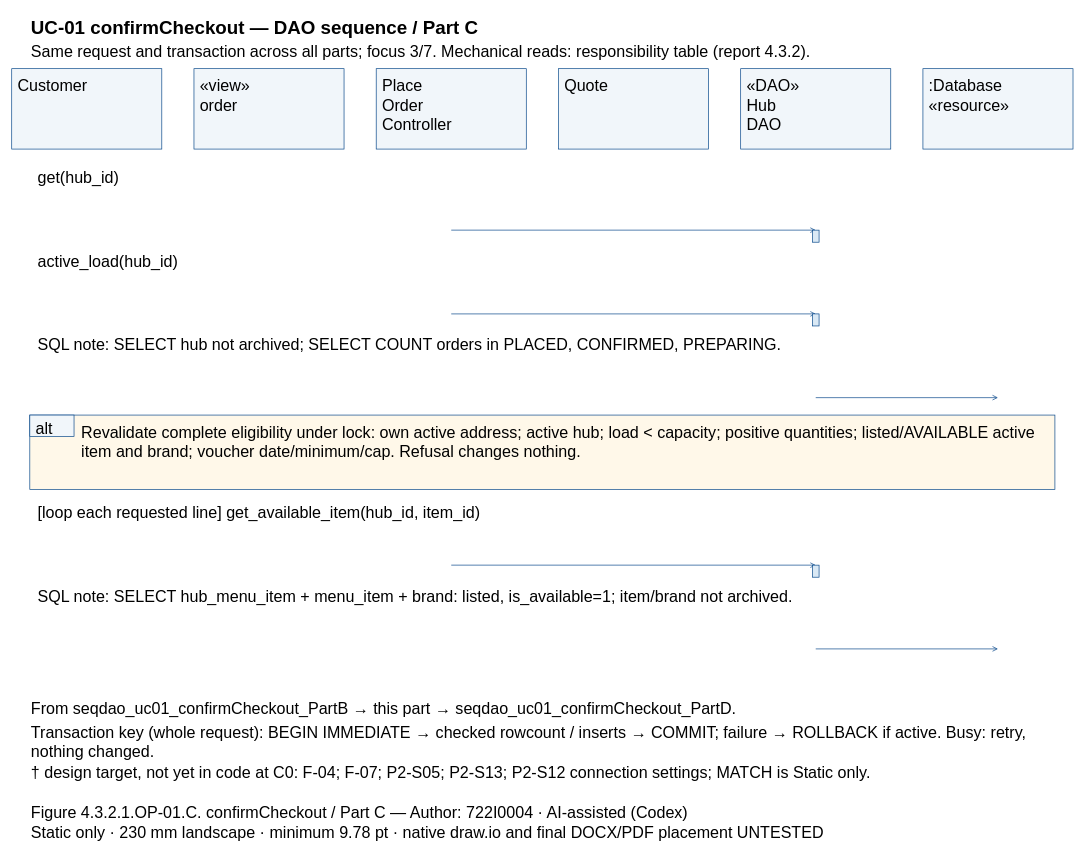
Dat071104/SaigonBite keeps this draw.io diagram as models/UC-01/seqdao_uc01_confirmCheckout_PartC.drawio. Above is the earlier version. Source tidied: cells renumbered, new cells numbered last; positions are measured from the earlier drawing's top-left corner, leaving out a move shared by most shapes. Both pictures are drawn from the tidied source at 67%, with x=0, y=0 at pixel (11, 11).
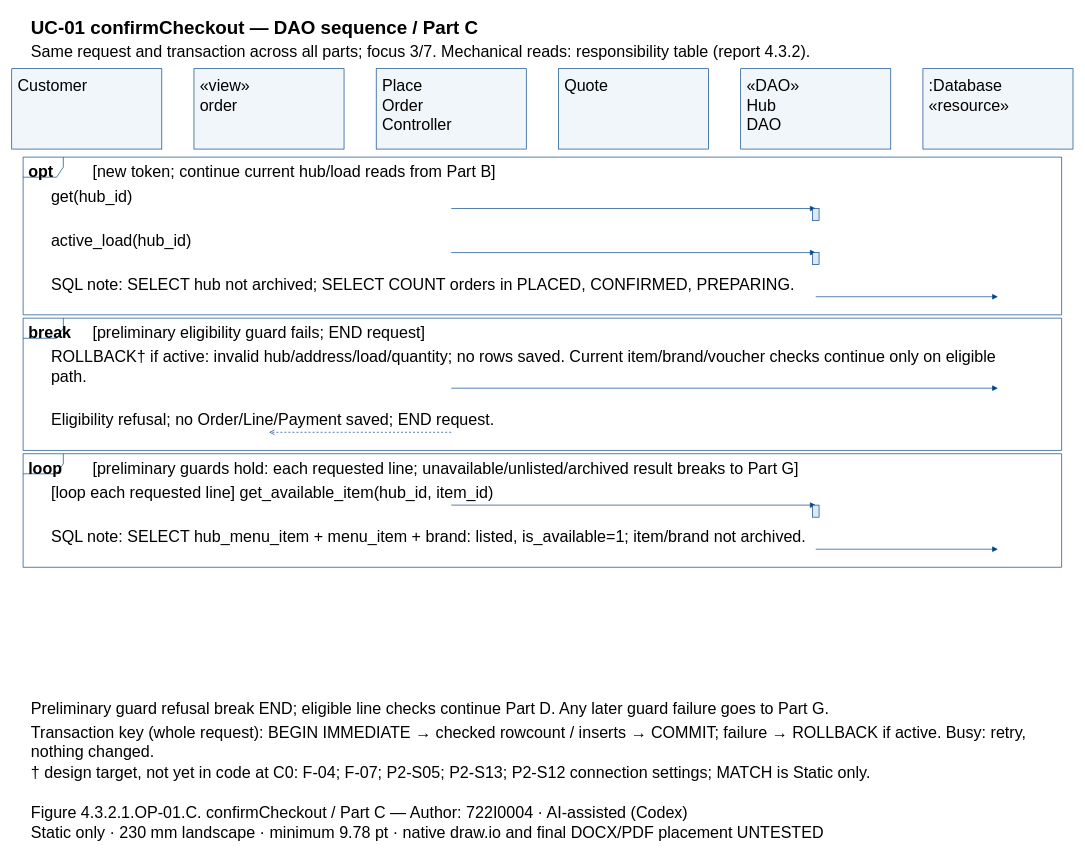
The same diagram, later.

Diff of the diagram source:
```diff
@@
+    <mxCell id="48" style="shape=umlFrame;fillColor=none;strokeColor=#004387;" parent="1" vertex="1">
+      <mxGeometry x="17" y="217" width="1550" height="235.4" as="geometry" />
+    </mxCell>
+    <mxCell id="49" style="shape=umlFrame;fillColor=none;strokeColor=#004387;" parent="1" vertex="1">
+      <mxGeometry x="17" y="457.4" width="1550" height="197.4" as="geometry" />
+    </mxCell>
+    <mxCell id="50" style="shape=umlFrame;fillColor=none;strokeColor=#004387;" parent="1" vertex="1">
+      <mxGeometry x="17" y="659.7" width="1550" height="169.5" as="geometry" />
+    </mxCell>
@@
-    <mxCell id="13" value="«DAO»&#10;Hub&#10;DAO" style="text;html=0;whiteSpace=wrap;align=left;verticalAlign=top;strokeColor=none;fillColor=none;fontFamily=Arial;fontSize=24;fontStyle=0;" parent="1" vertex="1">
-      <mxGeometry x="1095" y="90" width="210" height="83.5" as="geometry" />
-    </mxCell>
+    <mxCell id="16" value="«DAO»&#10;Hub&#10;DAO" style="text;html=0;whiteSpace=wrap;align=left;verticalAlign=top;strokeColor=none;fillColor=none;fontFamily=Arial;fontSize=24;fontStyle=0;" parent="1" vertex="1">
+      <mxGeometry x="1095" y="90" width="210" height="83.5" as="geometry" />
+    </mxCell>
@@
-    <mxCell id="16" value="get(hub_id)" style="text;html=0;whiteSpace=wrap;align=left;verticalAlign=top;strokeColor=none;fillColor=none;fontFamily=Arial;fontSize=24;fontStyle=0;" parent="1" vertex="1">
-      <mxGeometry x="37" y="227" width="1510" height="27.8" as="geometry" />
-    </mxCell>
+    <mxCell id="51" value="opt" style="text;html=0;whiteSpace=wrap;align=left;verticalAlign=top;strokeColor=none;fillColor=none;fontFamily=Arial;fontSize=24;fontStyle=1;" parent="1" vertex="1">
+      <mxGeometry x="23" y="218" width="84" height="27.8" as="geometry" />
+    </mxCell>
+    <mxCell id="52" value="[new token; continue current hub/load reads from Part B]" style="text;html=0;whiteSpace=wrap;align=left;verticalAlign=top;strokeColor=none;fillColor=none;fontFamily=Arial;fontSize=24;fontStyle=0;" parent="1" vertex="1">
+      <mxGeometry x="119" y="218" width="1438" height="27.8" as="geometry" />
+    </mxCell>
+    <mxCell id="53" value="break" style="text;html=0;whiteSpace=wrap;align=left;verticalAlign=top;strokeColor=none;fillColor=none;fontFamily=Arial;fontSize=24;fontStyle=1;" parent="1" vertex="1">
+      <mxGeometry x="23" y="458.4" width="84" height="27.8" as="geometry" />
+    </mxCell>
+    <mxCell id="54" value="[preliminary eligibility guard fails; END request]" style="text;html=0;whiteSpace=wrap;align=left;verticalAlign=top;strokeColor=none;fillColor=none;fontFamily=Arial;fontSize=24;fontStyle=0;" parent="1" vertex="1">
+      <mxGeometry x="119" y="458.4" width="1438" height="27.8" as="geometry" />
+    </mxCell>
+    <mxCell id="55" value="loop" style="text;html=0;whiteSpace=wrap;align=left;verticalAlign=top;strokeColor=none;fillColor=none;fontFamily=Arial;fontSize=24;fontStyle=1;" parent="1" vertex="1">
+      <mxGeometry x="23" y="660.7" width="84" height="27.8" as="geometry" />
+    </mxCell>
+    <mxCell id="56" value="[preliminary guards hold: each requested line; unavailable/unlisted/archived result breaks to Part G]" style="text;html=0;whiteSpace=wrap;align=left;verticalAlign=top;strokeColor=none;fillColor=none;fontFamily=Arial;fontSize=24;fontStyle=0;" parent="1" vertex="1">
+      <mxGeometry x="119" y="660.7" width="1438" height="27.8" as="geometry" />
+    </mxCell>
+    <mxCell id="57" value="get(hub_id)" style="text;html=0;whiteSpace=wrap;align=left;verticalAlign=top;strokeColor=none;fillColor=none;fontFamily=Arial;fontSize=24;fontStyle=0;" parent="1" vertex="1">
+      <mxGeometry x="57" y="254.8" width="1470" height="27.8" as="geometry" />
+    </mxCell>
     <mxCell id="17" style="opacity=0;" parent="1" vertex="1">
-      <mxGeometry x="656" y="326" as="geometry" />
+      <mxGeometry x="656" y="293.7" as="geometry" />
     </mxCell>
     <mxCell id="18" style="opacity=0;" parent="1" vertex="1">
-      <mxGeometry x="1200" y="326" as="geometry" />
+      <mxGeometry x="1200" y="293.7" as="geometry" />
     </mxCell>
-    <mxCell id="19" style="edgeStyle=none;endArrow=open;strokeColor=#004387;exitX=0.5;entryX=0.5;exitPerimeter=0;entryPerimeter=0;" parent="1" edge="1" source="17" target="18">
+    <mxCell id="19" style="edgeStyle=none;endArrow=block;endFill=1;strokeColor=#004387;exitX=0.5;entryX=0.5;exitPerimeter=0;entryPerimeter=0;" parent="1" edge="1" source="17" target="18">
       <mxGeometry relative="1" as="geometry" />
     </mxCell>
-    <mxCell id="20" style="fillColor=#DAE9F5;strokeColor=#004387;" parent="1" vertex="1">
-      <mxGeometry x="1195" y="326" width="10" height="18" as="geometry" />
-    </mxCell>
-    <mxCell id="21" value="active_load(hub_id)" style="text;html=0;whiteSpace=wrap;align=left;verticalAlign=top;strokeColor=none;fillColor=none;fontFamily=Arial;fontSize=24;fontStyle=0;" parent="1" vertex="1">
-      <mxGeometry x="37" y="352" width="1510" height="27.8" as="geometry" />
-    </mxCell>
+    <mxCell id="58" style="fillColor=#DAE9F5;strokeColor=#004387;" parent="1" vertex="1">
+      <mxGeometry x="1195" y="293.7" width="10" height="18" as="geometry" />
+    </mxCell>
+    <mxCell id="34" value="active_load(hub_id)" style="text;html=0;whiteSpace=wrap;align=left;verticalAlign=top;strokeColor=none;fillColor=none;fontFamily=Arial;fontSize=24;fontStyle=0;" parent="1" vertex="1">
+      <mxGeometry x="57" y="320.7" width="1470" height="27.8" as="geometry" />
+    </mxCell>
     <mxCell id="22" style="opacity=0;" parent="1" vertex="1">
-      <mxGeometry x="656" y="451" as="geometry" />
+      <mxGeometry x="656" y="359.5" as="geometry" />
     </mxCell>
     <mxCell id="23" style="opacity=0;" parent="1" vertex="1">
-      <mxGeometry x="1200" y="451" as="geometry" />
+      <mxGeometry x="1200" y="359.5" as="geometry" />
     </mxCell>
-    <mxCell id="24" style="edgeStyle=none;endArrow=open;strokeColor=#004387;exitX=0.5;entryX=0.5;exitPerimeter=0;entryPerimeter=0;" parent="1" edge="1" source="22" target="23">
+    <mxCell id="24" style="edgeStyle=none;endArrow=block;endFill=1;strokeColor=#004387;exitX=0.5;entryX=0.5;exitPerimeter=0;entryPerimeter=0;" parent="1" edge="1" source="22" target="23">
       <mxGeometry relative="1" as="geometry" />
     </mxCell>
-    <mxCell id="25" style="fillColor=#DAE9F5;strokeColor=#004387;" parent="1" vertex="1">
-      <mxGeometry x="1195" y="451" width="10" height="18" as="geometry" />
-    </mxCell>
-    <mxCell id="26" value="SQL note: SELECT hub not archived; SELECT COUNT orders in PLACED, CONFIRMED, PREPARING." style="text;html=0;whiteSpace=wrap;align=left;verticalAlign=top;strokeColor=none;fillColor=none;fontFamily=Arial;fontSize=24;fontStyle=0;" parent="1" vertex="1">
-      <mxGeometry x="37" y="477" width="1510" height="27.8" as="geometry" />
-    </mxCell>
+    <mxCell id="38" style="fillColor=#DAE9F5;strokeColor=#004387;" parent="1" vertex="1">
+      <mxGeometry x="1195" y="359.5" width="10" height="18" as="geometry" />
+    </mxCell>
+    <mxCell id="39" value="SQL note: SELECT hub not archived; SELECT COUNT orders in PLACED, CONFIRMED, PREPARING." style="text;html=0;whiteSpace=wrap;align=left;verticalAlign=top;strokeColor=none;fillColor=none;fontFamily=Arial;fontSize=24;fontStyle=0;" parent="1" vertex="1">
+      <mxGeometry x="57" y="386.5" width="1470" height="27.8" as="geometry" />
+    </mxCell>
     <mxCell id="27" style="opacity=0;" parent="1" vertex="1">
-      <mxGeometry x="1200" y="576" as="geometry" />
+      <mxGeometry x="1200" y="425.4" as="geometry" />
     </mxCell>
     <mxCell id="28" style="opacity=0;" parent="1" vertex="1">
-      <mxGeometry x="1472" y="576" as="geometry" />
+      <mxGeometry x="1472" y="425.4" as="geometry" />
     </mxCell>
-    <mxCell id="29" style="edgeStyle=none;endArrow=open;strokeColor=#004387;exitX=0.5;entryX=0.5;exitPerimeter=0;entryPerimeter=0;" parent="1" edge="1" source="27" target="28">
+    <mxCell id="29" style="edgeStyle=none;endArrow=block;endFill=1;strokeColor=#004387;exitX=0.5;entryX=0.5;exitPerimeter=0;entryPerimeter=0;" parent="1" edge="1" source="27" target="28">
       <mxGeometry relative="1" as="geometry" />
     </mxCell>
-    <mxCell id="30" style="fillColor=#FFF8E9;strokeColor=#004387;" parent="1" vertex="1">
-      <mxGeometry x="27" y="602" width="1530" height="111" as="geometry" />
-    </mxCell>
-    <mxCell id="31" style="fillColor=#F1F6FA;strokeColor=#004387;" parent="1" vertex="1">
-      <mxGeometry x="27" y="602" width="66" height="32" as="geometry" />
-    </mxCell>
-    <mxCell id="32" value="alt" style="text;html=0;whiteSpace=wrap;align=left;verticalAlign=top;strokeColor=none;fillColor=none;fontFamily=Arial;fontSize=24;fontStyle=0;" parent="1" vertex="1">
-      <mxGeometry x="34" y="602" width="56" height="27.8" as="geometry" />
-    </mxCell>
-    <mxCell id="33" value="Revalidate complete eligibility under lock: own active address; active hub; load &lt; capacity; positive quantities; listed/AVAILABLE active&#10;item and brand; voucher date/minimum/cap. Refusal changes nothing." style="text;html=0;whiteSpace=wrap;align=left;verticalAlign=top;strokeColor=none;fillColor=none;fontFamily=Arial;fontSize=24;fontStyle=0;" parent="1" vertex="1">
-      <mxGeometry x="102" y="607" width="1440" height="55.7" as="geometry" />
-    </mxCell>
-    <mxCell id="34" value="[loop each requested line] get_available_item(hub_id, item_id)" style="text;html=0;whiteSpace=wrap;align=left;verticalAlign=top;strokeColor=none;fillColor=none;fontFamily=Arial;fontSize=24;fontStyle=0;" parent="1" vertex="1">
-      <mxGeometry x="37" y="727" width="1510" height="27.8" as="geometry" />
-    </mxCell>
+    <mxCell id="43" value="ROLLBACK† if active: invalid hub/address/load/quantity; no rows saved. Current item/brand/voucher checks continue only on eligible&#10;path." style="text;html=0;whiteSpace=wrap;align=left;verticalAlign=top;strokeColor=none;fillColor=none;fontFamily=Arial;fontSize=24;fontStyle=0;" parent="1" vertex="1">
+      <mxGeometry x="57" y="495.2" width="1470" height="55.7" as="geometry" />
+    </mxCell>
+    <mxCell id="59" style="opacity=0;" parent="1" vertex="1">
+      <mxGeometry x="656" y="561.9" as="geometry" />
+    </mxCell>
+    <mxCell id="60" style="opacity=0;" parent="1" vertex="1">
+      <mxGeometry x="1472" y="561.9" as="geometry" />
+    </mxCell>
+    <mxCell id="61" style="edgeStyle=none;endArrow=block;endFill=1;strokeColor=#004387;exitX=0.5;entryX=0.5;exitPerimeter=0;entryPerimeter=0;" parent="1" edge="1" source="59" target="60">
+      <mxGeometry relative="1" as="geometry" />
+    </mxCell>
+    <mxCell id="45" value="Eligibility refusal; no Order/Line/Payment saved; END request." style="text;html=0;whiteSpace=wrap;align=left;verticalAlign=top;strokeColor=none;fillColor=none;fontFamily=Arial;fontSize=24;fontStyle=0;" parent="1" vertex="1">
+      <mxGeometry x="57" y="588.9" width="1470" height="27.8" as="geometry" />
+    </mxCell>
     <mxCell id="35" style="opacity=0;" parent="1" vertex="1">
-      <mxGeometry x="656" y="826" as="geometry" />
+      <mxGeometry x="656" y="627.7" as="geometry" />
     </mxCell>
     <mxCell id="36" style="opacity=0;" parent="1" vertex="1">
-      <mxGeometry x="1200" y="826" as="geometry" />
+      <mxGeometry x="384" y="627.7" as="geometry" />
     </mxCell>
-    <mxCell id="37" style="edgeStyle=none;endArrow=open;strokeColor=#004387;exitX=0.5;entryX=0.5;exitPerimeter=0;entryPerimeter=0;" parent="1" edge="1" source="35" target="36">
+    <mxCell id="37" style="edgeStyle=none;endArrow=open;endFill=0;strokeColor=#004387;dashed=1;exitX=0.5;entryX=0.5;exitPerimeter=0;entryPerimeter=0;" parent="1" edge="1" source="35" target="36">
       <mxGeometry relative="1" as="geometry" />
     </mxCell>
-    <mxCell id="38" style="fillColor=#DAE9F5;strokeColor=#004387;" parent="1" vertex="1">
-      <mxGeometry x="1195" y="826" width="10" height="18" as="geometry" />
-    </mxCell>
-    <mxCell id="39" value="SQL note: SELECT hub_menu_item + menu_item + brand: listed, is_available=1; item/brand not archived." style="text;html=0;whiteSpace=wrap;align=left;verticalAlign=top;strokeColor=none;fillColor=none;fontFamily=Arial;fontSize=24;fontStyle=0;" parent="1" vertex="1">
-      <mxGeometry x="37" y="852" width="1510" height="27.8" as="geometry" />
-    </mxCell>
+    <mxCell id="47" value="[loop each requested line] get_available_item(hub_id, item_id)" style="text;html=0;whiteSpace=wrap;align=left;verticalAlign=top;strokeColor=none;fillColor=none;fontFamily=Arial;fontSize=24;fontStyle=0;" parent="1" vertex="1">
+      <mxGeometry x="57" y="697.6" width="1470" height="27.8" as="geometry" />
+    </mxCell>
     <mxCell id="40" style="opacity=0;" parent="1" vertex="1">
-      <mxGeometry x="1200" y="951" as="geometry" />
+      <mxGeometry x="656" y="736.4" as="geometry" />
     </mxCell>
     <mxCell id="41" style="opacity=0;" parent="1" vertex="1">
-      <mxGeometry x="1472" y="951" as="geometry" />
+      <mxGeometry x="1200" y="736.4" as="geometry" />
     </mxCell>
-    <mxCell id="42" style="edgeStyle=none;endArrow=open;strokeColor=#004387;exitX=0.5;entryX=0.5;exitPerimeter=0;entryPerimeter=0;" parent="1" edge="1" source="40" target="41">
+    <mxCell id="42" style="edgeStyle=none;endArrow=block;endFill=1;strokeColor=#004387;exitX=0.5;entryX=0.5;exitPerimeter=0;entryPerimeter=0;" parent="1" edge="1" source="40" target="41">
       <mxGeometry relative="1" as="geometry" />
     </mxCell>
-    <mxCell id="43" value="From seqdao_uc01_confirmCheckout_PartB → this part → seqdao_uc01_confirmCheckout_PartD." style="text;html=0;whiteSpace=wrap;align=left;verticalAlign=top;strokeColor=none;fillColor=none;fontFamily=Arial;fontSize=24;fontStyle=0;" parent="1" vertex="1">
-      <mxGeometry x="27" y="1020" width="1530" height="27.8" as="geometry" />
-    </mxCell>
+    <mxCell id="62" style="fillColor=#DAE9F5;strokeColor=#004387;" parent="1" vertex="1">
+      <mxGeometry x="1195" y="736.4" width="10" height="18" as="geometry" />
+    </mxCell>
+    <mxCell id="63" value="SQL note: SELECT hub_menu_item + menu_item + brand: listed, is_available=1; item/brand not archived." style="text;html=0;whiteSpace=wrap;align=left;verticalAlign=top;strokeColor=none;fillColor=none;fontFamily=Arial;fontSize=24;fontStyle=0;" parent="1" vertex="1">
+      <mxGeometry x="57" y="763.4" width="1470" height="27.8" as="geometry" />
+    </mxCell>
+    <mxCell id="64" style="opacity=0;" parent="1" vertex="1">
+      <mxGeometry x="1200" y="802.2" as="geometry" />
+    </mxCell>
+    <mxCell id="65" style="opacity=0;" parent="1" vertex="1">
+      <mxGeometry x="1472" y="802.2" as="geometry" />
+    </mxCell>
+    <mxCell id="66" style="edgeStyle=none;endArrow=block;endFill=1;strokeColor=#004387;exitX=0.5;entryX=0.5;exitPerimeter=0;entryPerimeter=0;" parent="1" edge="1" source="64" target="65">
+      <mxGeometry relative="1" as="geometry" />
+    </mxCell>
+    <mxCell id="67" value="Preliminary guard refusal break END; eligible line checks continue Part D. Any later guard failure goes to Part G." style="text;html=0;whiteSpace=wrap;align=left;verticalAlign=top;strokeColor=none;fillColor=none;fontFamily=Arial;fontSize=24;fontStyle=0;" parent="1" vertex="1">
+      <mxGeometry x="27" y="1020" width="1530" height="27.8" as="geometry" />
+    </mxCell>
@@
-    <mxCell id="45" value="† design target, not yet in code at C0: F-04; F-07; P2-S05; P2-S13; P2-S12 connection settings; MATCH is Static only." style="text;html=0;whiteSpace=wrap;align=left;verticalAlign=top;strokeColor=none;fillColor=none;fontFamily=Arial;fontSize=24;fontStyle=0;" parent="1" vertex="1">
-      <mxGeometry x="27" y="1115" width="1530" height="27.8" as="geometry" />
-    </mxCell>
+    <mxCell id="68" value="† design target, not yet in code at C0: F-04; F-07; P2-S05; P2-S13; P2-S12 connection settings; MATCH is Static only." style="text;html=0;whiteSpace=wrap;align=left;verticalAlign=top;strokeColor=none;fillColor=none;fontFamily=Arial;fontSize=24;fontStyle=0;" parent="1" vertex="1">
+      <mxGeometry x="27" y="1115" width="1530" height="27.8" as="geometry" />
+    </mxCell>
@@
-    <mxCell id="47" value="Static only · 230 mm landscape · minimum 9.78 pt · native draw.io and final DOCX/PDF placement UNTESTED" style="text;html=0;whiteSpace=wrap;align=left;verticalAlign=top;strokeColor=none;fillColor=none;fontFamily=Arial;fontSize=24;fontStyle=0;" parent="1" vertex="1">
-      <mxGeometry x="27" y="1205" width="1530" height="27.8" as="geometry" />
-    </mxCell>
+    <mxCell id="69" value="Static only · 230 mm landscape · minimum 9.78 pt · native draw.io and final DOCX/PDF placement UNTESTED" style="text;html=0;whiteSpace=wrap;align=left;verticalAlign=top;strokeColor=none;fillColor=none;fontFamily=Arial;fontSize=24;fontStyle=0;" parent="1" vertex="1">
+      <mxGeometry x="27" y="1205" width="1530" height="27.8" as="geometry" />
+    </mxCell>
```
